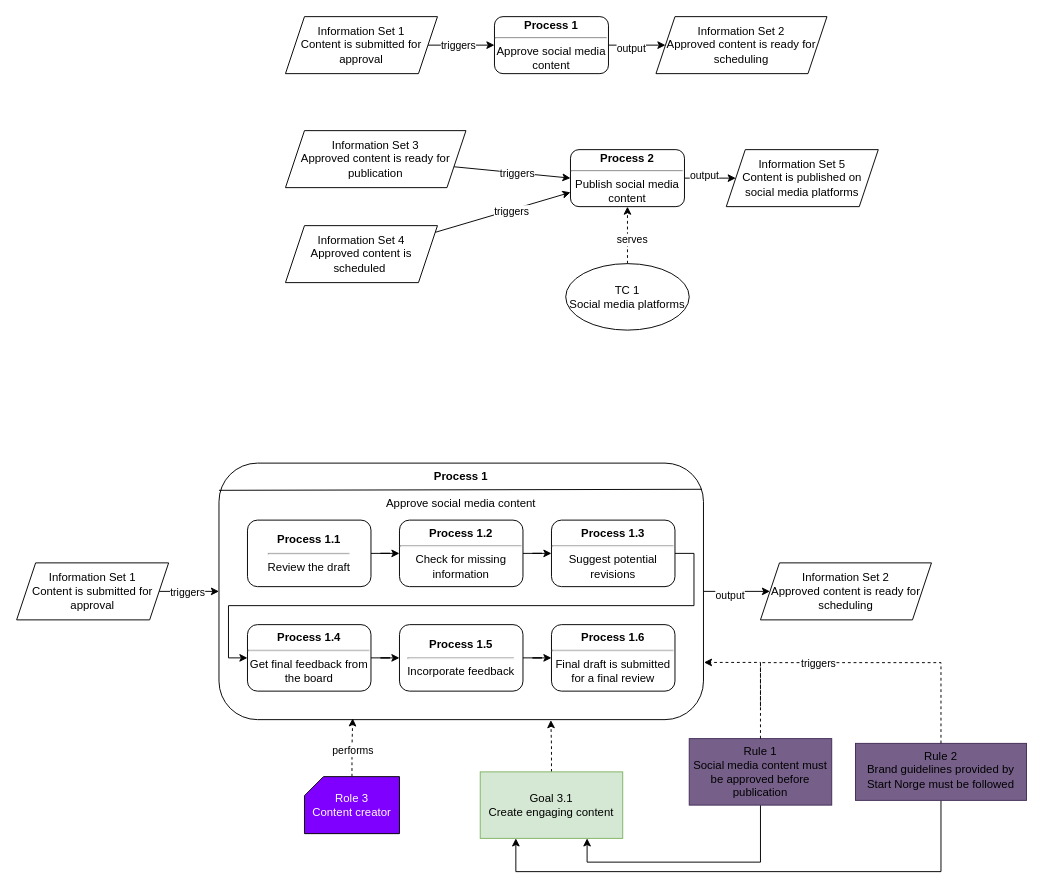
marhjoh/TDT4252-Enterprise-Architecture-for-Enterprise-Innovation keeps this draw.io diagram as page "business_process" (6 of 8) of Start Norge.drawio. Above is the earlier version. Source tidied: cells renumbered, new cells numbered last; positions are measured from the earlier drawing's top-left corner, leaving out a move shared by most shapes. Both pictures are drawn from the tidied source at 95%, with x=0, y=0 at pixel (16, 16).
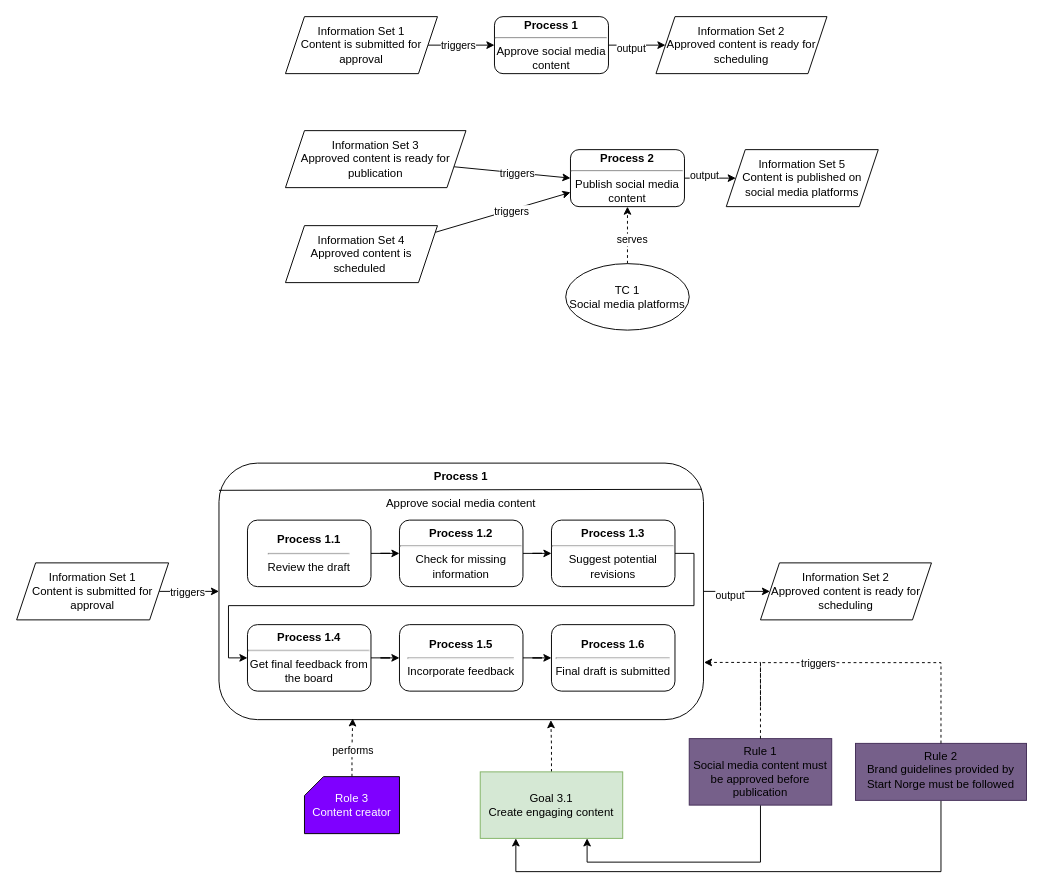
After the change.

The edit, as a diff of the source:
```diff
@@
-    <mxCell id="29" value="&lt;b&gt;Process 1.6&lt;/b&gt;&lt;hr&gt;Final draft is submitted for a final review&lt;div&gt;&lt;/div&gt;" style="rounded=1;whiteSpace=wrap;html=1;" parent="1" vertex="1">
+    <mxCell id="29" value="&lt;b&gt;Process 1.6&lt;/b&gt;&lt;hr&gt;Final draft is submitted&lt;div&gt;&lt;/div&gt;" style="rounded=1;whiteSpace=wrap;html=1;" parent="1" vertex="1">
       <mxGeometry x="563" y="640" width="130" height="70" as="geometry" />
     </mxCell>
```
